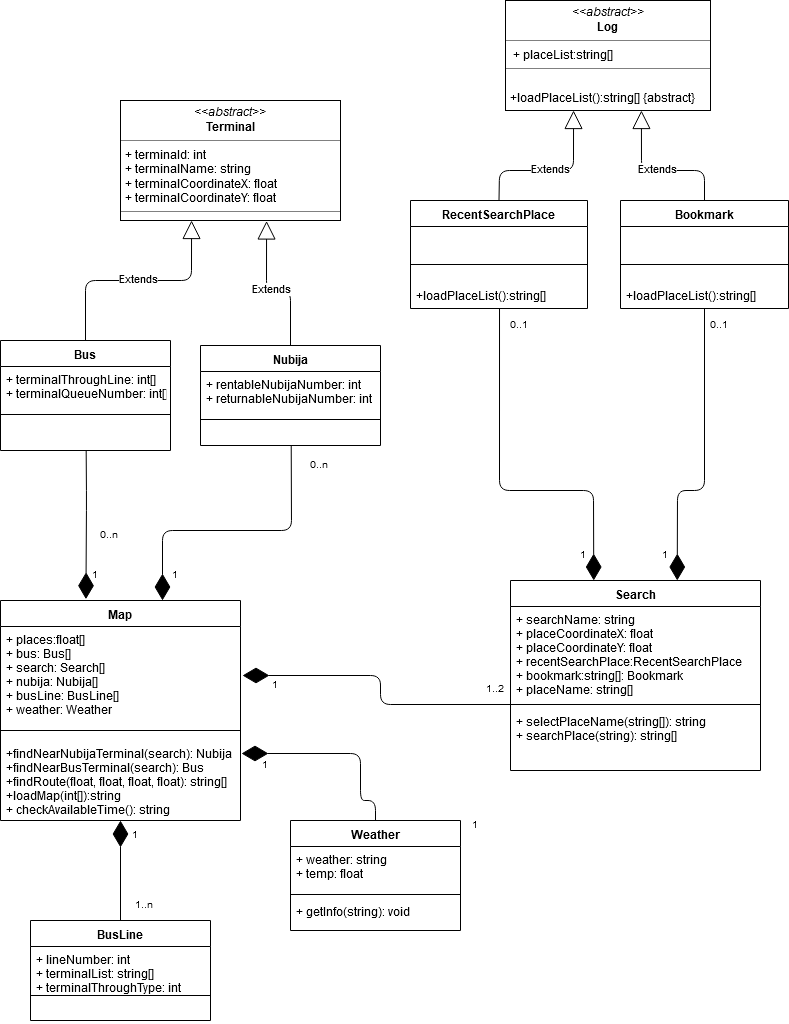
The draw.io diagram 2nd_homework/class_diagram/class_diagram.png in chisacam/CWNU19SE_2B, before a commit. Source tidied: cells renumbered, new cells last; positions are measured from the earlier drawing's top-left corner, leaving out a move shared by most shapes.
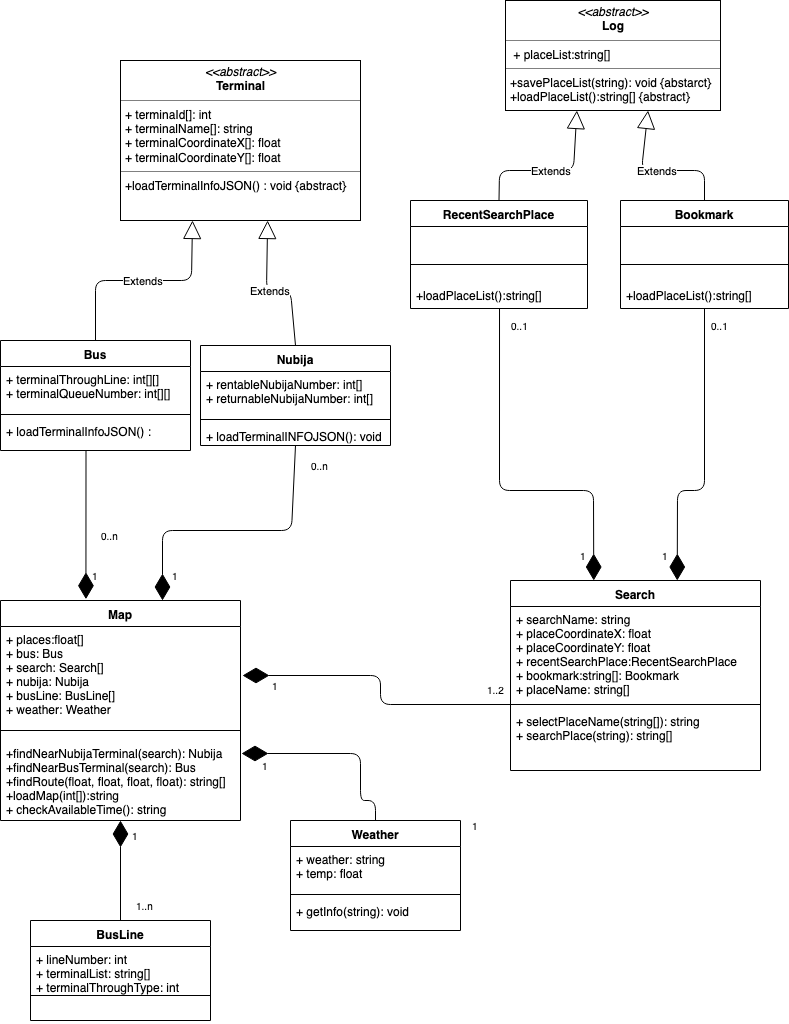
Later version of the same file.

What changed in the source:
```diff
@@ -15,16 +15,16 @@
       <mxGeometry y="78" width="170" height="32" as="geometry" />
     </mxCell>
     <mxCell id="6" value="Nubija" style="swimlane;fontStyle=1;align=center;verticalAlign=top;horizontal=1;startSize=26;" parent="1" vertex="1">
-      <mxGeometry x="200" y="345" width="180" height="100" as="geometry" />
+      <mxGeometry x="200" y="345" width="190" height="100" as="geometry" />
     </mxCell>
-    <mxCell id="7" value="+ rentableNubijaNumber: int&#10;+ returnableNubijaNumber: int" style="text;strokeColor=none;fillColor=none;align=left;verticalAlign=top;spacingLeft=4;spacingRight=4;overflow=hidden;" parent="6" vertex="1">
-      <mxGeometry y="26" width="180" height="44" as="geometry" />
+    <mxCell id="7" value="+ rentableNubijaNumber: int[]&#10;+ returnableNubijaNumber: int[]" style="text;strokeColor=none;fillColor=none;align=left;verticalAlign=top;spacingLeft=4;spacingRight=4;overflow=hidden;" parent="6" vertex="1">
+      <mxGeometry y="26" width="190" height="44" as="geometry" />
     </mxCell>
     <mxCell id="8" style="line;strokeWidth=1;fillColor=none;align=left;verticalAlign=middle;spacingTop=-1;spacingLeft=3;spacingRight=3;labelPosition=right;" parent="6" vertex="1">
-      <mxGeometry y="70" width="180" height="8" as="geometry" />
+      <mxGeometry y="70" width="190" height="8" as="geometry" />
     </mxCell>
-    <mxCell id="9" value="&#10;" style="text;strokeColor=none;fillColor=none;align=left;verticalAlign=top;spacingLeft=4;spacingRight=4;overflow=hidden;points=[[0,0.5],[1,0.5]];portConstraint=eastwest;" parent="6" vertex="1">
-      <mxGeometry y="78" width="180" height="22" as="geometry" />
+    <mxCell id="9" value="+ loadTerminalINFOJSON(): void" style="text;strokeColor=none;fillColor=none;align=left;verticalAlign=top;spacingLeft=4;spacingRight=4;overflow=hidden;points=[[0,0.5],[1,0.5]];portConstraint=eastwest;" parent="6" vertex="1">
+      <mxGeometry y="78" width="190" height="22" as="geometry" />
     </mxCell>
     <mxCell id="10" value="Search" style="swimlane;fontStyle=1;align=center;verticalAlign=top;horizontal=1;startSize=26;" parent="1" vertex="1">
       <mxGeometry x="510" y="580" width="250" height="190" as="geometry" />
@@ -62,7 +62,7 @@
     <mxCell id="21" value="&#10;+loadPlaceList():string[]" style="text;strokeColor=none;fillColor=none;align=left;verticalAlign=top;spacingLeft=4;spacingRight=4;overflow=hidden;points=[[0,0.5],[1,0.5]];portConstraint=eastwest;" parent="18" vertex="1">
       <mxGeometry y="68" width="168" height="40" as="geometry" />
     </mxCell>
-    <mxCell id="22" value="Extends" style="endArrow=block;endSize=16;endFill=0;html=1;entryX=0.664;entryY=1.004;entryDx=0;entryDy=0;entryPerimeter=0;exitX=0.5;exitY=0;exitDx=0;exitDy=0;" parent="1" edge="1" source="6" target="28">
+    <mxCell id="22" value="Extends" style="endArrow=block;endSize=16;endFill=0;html=1;entryX=0.613;entryY=1;entryDx=0;entryDy=0;entryPerimeter=0;exitX=0.5;exitY=0;exitDx=0;exitDy=0;" parent="1" edge="1" source="6" target="28">
       <mxGeometry relative="1" as="geometry">
         <Array as="points">
           <mxPoint x="290" y="290" />
@@ -70,31 +70,31 @@
         </Array>
       </mxGeometry>
     </mxCell>
-    <mxCell id="23" value="Extends" style="endArrow=block;endSize=16;endFill=0;html=1;entryX=0.323;entryY=1;entryDx=0;entryDy=0;entryPerimeter=0;exitX=0.5;exitY=0;exitDx=0;exitDy=0;" parent="1" edge="1" source="24" target="28">
+    <mxCell id="23" value="Extends" style="endArrow=block;endSize=16;endFill=0;html=1;entryX=0.3;entryY=1;entryDx=0;entryDy=0;entryPerimeter=0;exitX=0.5;exitY=0;exitDx=0;exitDy=0;" parent="1" edge="1" source="24" target="28">
       <mxGeometry relative="1" as="geometry">
         <Array as="points">
-          <mxPoint x="85" y="280" />
+          <mxPoint x="95" y="280" />
           <mxPoint x="191" y="280" />
         </Array>
       </mxGeometry>
     </mxCell>
     <mxCell id="24" value="Bus" style="swimlane;fontStyle=1;align=center;verticalAlign=top;horizontal=1;startSize=26;" parent="1" vertex="1">
-      <mxGeometry y="340" width="170" height="110" as="geometry" />
+      <mxGeometry y="340" width="190" height="110" as="geometry" />
     </mxCell>
-    <mxCell id="25" value="+ terminalThroughLine: int[]&#10;+ terminalQueueNumber: int[]&#10;&#10;" style="text;strokeColor=none;fillColor=none;align=left;verticalAlign=top;spacingLeft=4;spacingRight=4;overflow=hidden;" parent="24" vertex="1">
-      <mxGeometry y="26" width="170" height="44" as="geometry" />
+    <mxCell id="25" value="+ terminalThroughLine: int[][]&#10;+ terminalQueueNumber: int[][]&#10;&#10;" style="text;strokeColor=none;fillColor=none;align=left;verticalAlign=top;spacingLeft=4;spacingRight=4;overflow=hidden;" parent="24" vertex="1">
+      <mxGeometry y="26" width="190" height="44" as="geometry" />
     </mxCell>
     <mxCell id="26" style="line;strokeWidth=1;fillColor=none;align=left;verticalAlign=middle;spacingTop=-1;spacingLeft=3;spacingRight=3;labelPosition=right;" parent="24" vertex="1">
-      <mxGeometry y="70" width="170" height="8" as="geometry" />
+      <mxGeometry y="70" width="190" height="8" as="geometry" />
     </mxCell>
-    <mxCell id="27" value="&#10;" style="text;strokeColor=none;fillColor=none;align=left;verticalAlign=top;spacingLeft=4;spacingRight=4;overflow=hidden;points=[[0,0.5],[1,0.5]];portConstraint=eastwest;" parent="24" vertex="1">
-      <mxGeometry y="78" width="170" height="32" as="geometry" />
+    <mxCell id="27" value="+ loadTerminalInfoJSON() : " style="text;strokeColor=none;fillColor=none;align=left;verticalAlign=top;spacingLeft=4;spacingRight=4;overflow=hidden;points=[[0,0.5],[1,0.5]];portConstraint=eastwest;" parent="24" vertex="1">
+      <mxGeometry y="78" width="190" height="32" as="geometry" />
     </mxCell>
-    <mxCell id="28" value="&lt;p style=&quot;margin: 0px ; margin-top: 4px ; text-align: center&quot;&gt;&lt;i&gt;&amp;lt;&amp;lt;abstract&amp;gt;&amp;gt;&lt;/i&gt;&lt;br&gt;&lt;b&gt;Terminal&lt;/b&gt;&lt;/p&gt;&lt;hr size=&quot;1&quot;&gt;&lt;p style=&quot;margin: 0px ; margin-left: 4px&quot;&gt;+ terminaId: int&lt;br&gt;+ terminalName: string&lt;br&gt;+ terminalCoordinateX: float&lt;br&gt;+ terminalCoordinateY: float&lt;/p&gt;&lt;hr size=&quot;1&quot;&gt;&lt;p style=&quot;margin: 0px ; margin-left: 4px&quot;&gt;&lt;br&gt;&lt;/p&gt;" style="verticalAlign=top;align=left;overflow=fill;fontSize=12;fontFamily=Helvetica;html=1;" parent="1" vertex="1">
-      <mxGeometry x="120" y="100" width="220" height="120" as="geometry" />
+    <mxCell id="28" value="&lt;p style=&quot;margin: 0px ; margin-top: 4px ; text-align: center&quot;&gt;&lt;i&gt;&amp;lt;&amp;lt;abstract&amp;gt;&amp;gt;&lt;/i&gt;&lt;br&gt;&lt;b&gt;Terminal&lt;/b&gt;&lt;/p&gt;&lt;hr size=&quot;1&quot;&gt;&lt;p style=&quot;margin: 0px ; margin-left: 4px&quot;&gt;+ terminaId[]: int&lt;br&gt;+ terminalName[]: string&lt;br&gt;+ terminalCoordinateX[]: float&lt;br&gt;+ terminalCoordinateY[]: float&lt;/p&gt;&lt;hr size=&quot;1&quot;&gt;&lt;p style=&quot;margin: 0px ; margin-left: 4px&quot;&gt;+loadTerminalInfoJSON() : void {abstract}&lt;br&gt;&lt;/p&gt;&lt;div&gt;&lt;br&gt;&lt;/div&gt;" style="verticalAlign=top;align=left;overflow=fill;fontSize=12;fontFamily=Helvetica;html=1;" parent="1" vertex="1">
+      <mxGeometry x="120" y="60" width="240" height="160" as="geometry" />
     </mxCell>
-    <mxCell id="29" value="&lt;p style=&quot;margin: 0px ; margin-top: 4px ; text-align: center&quot;&gt;&lt;i&gt;&amp;lt;&amp;lt;abstract&amp;gt;&amp;gt;&lt;/i&gt;&lt;br&gt;&lt;b&gt;Log&lt;/b&gt;&lt;br&gt;&lt;/p&gt;&lt;hr size=&quot;1&quot;&gt;&lt;p style=&quot;margin: 0px ; margin-left: 4px&quot;&gt;&amp;nbsp;+ placeList:string[]&lt;/p&gt;&lt;hr size=&quot;1&quot;&gt;&lt;p style=&quot;margin: 0px ; margin-left: 4px&quot;&gt;&lt;br&gt;+loadPlaceList():string[] {abstract}&lt;/p&gt;&lt;div&gt;&lt;br&gt;&lt;/div&gt;" style="verticalAlign=top;align=left;overflow=fill;fontSize=12;fontFamily=Helvetica;html=1;" parent="1" vertex="1">
-      <mxGeometry x="505" width="205" height="110" as="geometry" />
+    <mxCell id="29" value="&lt;p style=&quot;margin: 0px ; margin-top: 4px ; text-align: center&quot;&gt;&lt;i&gt;&amp;lt;&amp;lt;abstract&amp;gt;&amp;gt;&lt;/i&gt;&lt;br&gt;&lt;b&gt;Log&lt;/b&gt;&lt;br&gt;&lt;/p&gt;&lt;hr size=&quot;1&quot;&gt;&lt;p style=&quot;margin: 0px ; margin-left: 4px&quot;&gt;&amp;nbsp;+ placeList:string[]&lt;/p&gt;&lt;hr size=&quot;1&quot;&gt;&lt;p style=&quot;margin: 0px ; margin-left: 4px&quot;&gt;+savePlaceList(string): void {abstarct}&lt;br&gt;+loadPlaceList():string[] {abstract}&lt;/p&gt;" style="verticalAlign=top;align=left;overflow=fill;fontSize=12;fontFamily=Helvetica;html=1;" parent="1" vertex="1">
+      <mxGeometry x="505" width="215" height="110" as="geometry" />
     </mxCell>
     <mxCell id="30" value="BusLine" style="swimlane;fontStyle=1;align=center;verticalAlign=top;horizontal=1;startSize=26;" parent="1" vertex="1">
       <mxGeometry x="30" y="920" width="180" height="100" as="geometry" />
@@ -111,7 +111,7 @@
     <mxCell id="34" value="Map" style="swimlane;fontStyle=1;align=center;verticalAlign=top;horizontal=1;startSize=26;" parent="1" vertex="1">
       <mxGeometry y="600" width="240" height="220" as="geometry" />
     </mxCell>
-    <mxCell id="35" value="+ places:float[]&#10;+ bus: Bus[]&#10;+ search: Search[]&#10;+ nubija: Nubija[]&#10;+ busLine: BusLine[]&#10;+ weather: Weather" style="text;strokeColor=none;fillColor=none;align=left;verticalAlign=top;spacingLeft=4;spacingRight=4;overflow=hidden;" parent="34" vertex="1">
+    <mxCell id="35" value="+ places:float[]&#10;+ bus: Bus&#10;+ search: Search[]&#10;+ nubija: Nubija&#10;+ busLine: BusLine[]&#10;+ weather: Weather" style="text;strokeColor=none;fillColor=none;align=left;verticalAlign=top;spacingLeft=4;spacingRight=4;overflow=hidden;" parent="34" vertex="1">
       <mxGeometry y="26" width="240" height="94" as="geometry" />
     </mxCell>
     <mxCell id="36" style="line;strokeWidth=1;fillColor=none;align=left;verticalAlign=middle;spacingTop=-1;spacingLeft=3;spacingRight=3;labelPosition=right;" parent="34" vertex="1">
@@ -133,14 +133,10 @@
     <mxCell id="39" style="endArrow=diamondThin;endFill=1;endSize=24;html=1;exitX=0.5;exitY=0;exitDx=0;exitDy=0;entryX=0.5;entryY=1;entryDx=0;entryDy=0;" parent="1" edge="1" source="30" target="34">
       <mxGeometry relative="1" as="geometry" />
     </mxCell>
-    <mxCell id="40" style="endArrow=diamondThin;endFill=1;endSize=24;html=1;exitX=0.504;exitY=1.001;exitDx=0;exitDy=0;exitPerimeter=0;entryX=0.356;entryY=-0.006;entryDx=0;entryDy=0;entryPerimeter=0;" parent="1" edge="1" source="27" target="34">
-      <mxGeometry relative="1" as="geometry">
-        <Array as="points">
-          <mxPoint x="86" y="500" />
-        </Array>
-      </mxGeometry>
+    <mxCell id="40" style="endArrow=diamondThin;endFill=1;endSize=24;html=1;entryX=0.356;entryY=-0.006;entryDx=0;entryDy=0;entryPerimeter=0;exitX=0.45;exitY=1;exitDx=0;exitDy=0;exitPerimeter=0;" parent="1" edge="1" source="27" target="34">
+      <mxGeometry relative="1" as="geometry" />
     </mxCell>
-    <mxCell id="41" style="endArrow=diamondThin;endFill=1;endSize=24;html=1;exitX=0.504;exitY=1;exitDx=0;exitDy=0;exitPerimeter=0;entryX=0.675;entryY=0;entryDx=0;entryDy=0;entryPerimeter=0;" parent="1" edge="1" source="9" target="34">
+    <mxCell id="41" style="endArrow=diamondThin;endFill=1;endSize=24;html=1;entryX=0.675;entryY=0;entryDx=0;entryDy=0;entryPerimeter=0;exitX=0.5;exitY=1;exitDx=0;exitDy=0;" parent="1" edge="1" source="6" target="34">
       <mxGeometry relative="1" as="geometry">
         <Array as="points">
           <mxPoint x="291" y="530" />
```
